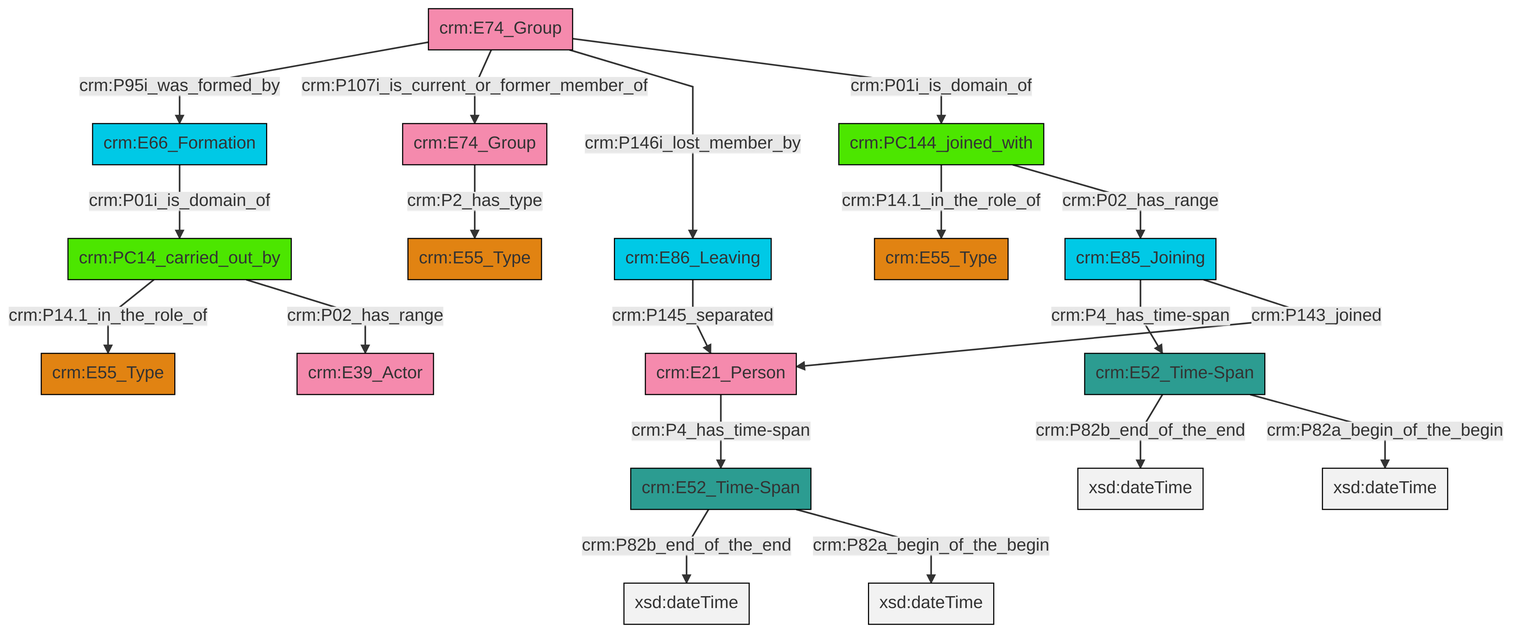
swiss-art-research-net/reference-data-models keeps this Mermaid diagram as et/groupCSV/ttl/mmd/png/group_actor_relations.png. Above is the earlier version. Its source is kept beside it as et/groupCSV/ttl/mmd/group_actor_relations.ttl.mmd.
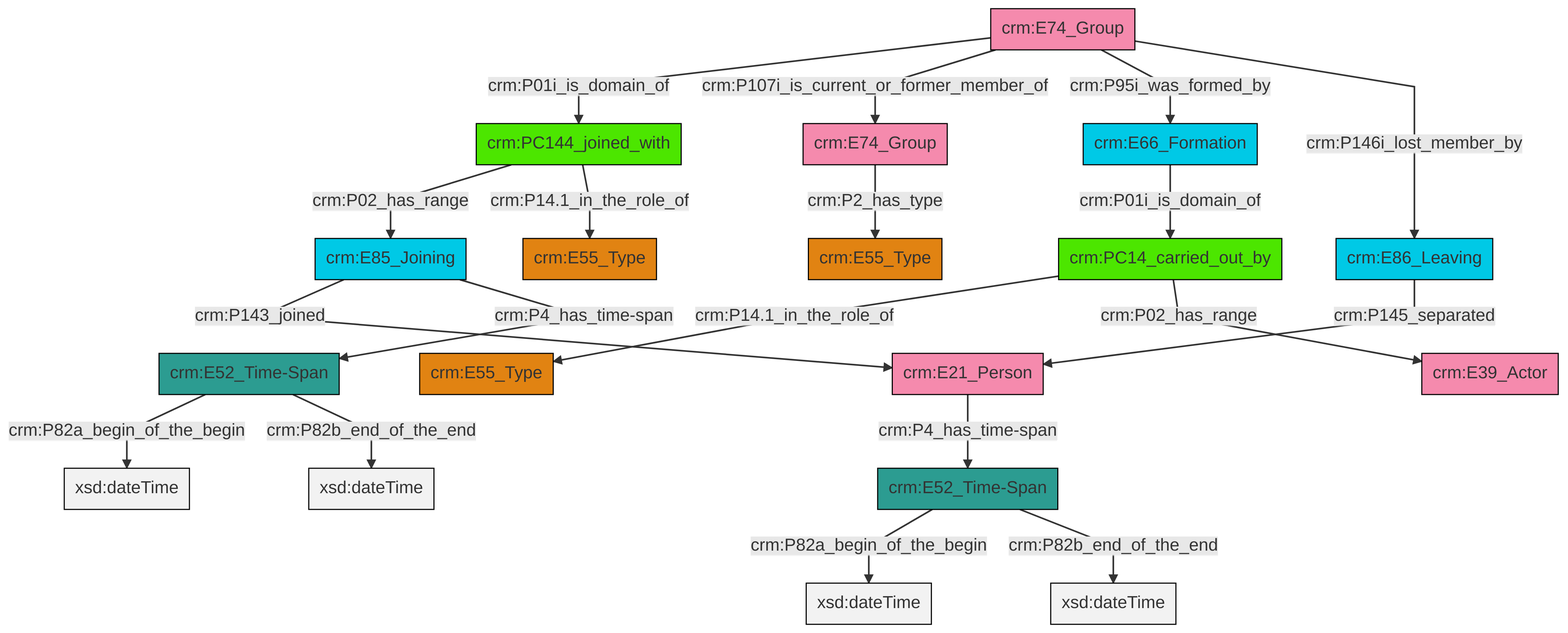
Later version of the same file.

Change to the diagram source:
```diff
@@ -13,21 +13,21 @@
 classDef PC_Classes fill:#4ce600, stroke:#000000;
 classDef Multi fill:#cccccc,stroke:#000000;
 
-2["crm:E66_Formation"]:::Temporal_Entity -->|crm:P01i_is_domain_of| 3["crm:PC14_carried_out_by"]:::PC_Classes
-6["crm:E21_Person"]:::Actor -->|crm:P4_has_time-span| 7["crm:E52_Time-Span"]:::Time-Span
-3["crm:PC14_carried_out_by"]:::PC_Classes -->|crm:P14.1_in_the_role_of| 8["crm:E55_Type"]:::Type
-7["crm:E52_Time-Span"]:::Time-Span -->|crm:P82b_end_of_the_end| 11[xsd:dateTime]:::Literal
-15["crm:E74_Group"]:::Actor -->|crm:P2_has_type| 4["crm:E55_Type"]:::Type
-16["crm:E74_Group"]:::Actor -->|crm:P95i_was_formed_by| 2["crm:E66_Formation"]:::Temporal_Entity
-3["crm:PC14_carried_out_by"]:::PC_Classes -->|crm:P02_has_range| 17["crm:E39_Actor"]:::Actor
-18["crm:E85_Joining"]:::Temporal_Entity -->|crm:P4_has_time-span| 13["crm:E52_Time-Span"]:::Time-Span
-13["crm:E52_Time-Span"]:::Time-Span -->|crm:P82b_end_of_the_end| 20[xsd:dateTime]:::Literal
-7["crm:E52_Time-Span"]:::Time-Span -->|crm:P82a_begin_of_the_begin| 21[xsd:dateTime]:::Literal
-23["crm:E86_Leaving"]:::Temporal_Entity -->|crm:P145_separated| 6["crm:E21_Person"]:::Actor
-16["crm:E74_Group"]:::Actor -->|crm:P107i_is_current_or_former_member_of| 15["crm:E74_Group"]:::Actor
-18["crm:E85_Joining"]:::Temporal_Entity -->|crm:P143_joined| 6["crm:E21_Person"]:::Actor
-16["crm:E74_Group"]:::Actor -->|crm:P146i_lost_member_by| 23["crm:E86_Leaving"]:::Temporal_Entity
-16["crm:E74_Group"]:::Actor -->|crm:P01i_is_domain_of| 26["crm:PC144_joined_with"]:::PC_Classes
-26["crm:PC144_joined_with"]:::PC_Classes -->|crm:P14.1_in_the_role_of| 0["crm:E55_Type"]:::Type
-26["crm:PC144_joined_with"]:::PC_Classes -->|crm:P02_has_range| 18["crm:E85_Joining"]:::Temporal_Entity
-13["crm:E52_Time-Span"]:::Time-Span -->|crm:P82a_begin_of_the_begin| 34[xsd:dateTime]:::Literal
+0["crm:PC14_carried_out_by"]:::PC_Classes -->|crm:P14.1_in_the_role_of| 1["crm:E55_Type"]:::Type
+2["crm:E66_Formation"]:::Temporal_Entity -->|crm:P01i_is_domain_of| 0["crm:PC14_carried_out_by"]:::PC_Classes
+6["crm:E52_Time-Span"]:::Time-Span -->|crm:P82a_begin_of_the_begin| 7[xsd:dateTime]:::Literal
+12["crm:E74_Group"]:::Actor -->|crm:P2_has_type| 13["crm:E55_Type"]:::Type
+15["crm:PC144_joined_with"]:::PC_Classes -->|crm:P02_has_range| 3["crm:E85_Joining"]:::Temporal_Entity
+8["crm:E21_Person"]:::Actor -->|crm:P4_has_time-span| 16["crm:E52_Time-Span"]:::Time-Span
+19["crm:E74_Group"]:::Actor -->|crm:P01i_is_domain_of| 15["crm:PC144_joined_with"]:::PC_Classes
+19["crm:E74_Group"]:::Actor -->|crm:P107i_is_current_or_former_member_of| 12["crm:E74_Group"]:::Actor
+6["crm:E52_Time-Span"]:::Time-Span -->|crm:P82b_end_of_the_end| 28[xsd:dateTime]:::Literal
+0["crm:PC14_carried_out_by"]:::PC_Classes -->|crm:P02_has_range| 10["crm:E39_Actor"]:::Actor
+16["crm:E52_Time-Span"]:::Time-Span -->|crm:P82a_begin_of_the_begin| 29[xsd:dateTime]:::Literal
+30["crm:E86_Leaving"]:::Temporal_Entity -->|crm:P145_separated| 8["crm:E21_Person"]:::Actor
+19["crm:E74_Group"]:::Actor -->|crm:P95i_was_formed_by| 2["crm:E66_Formation"]:::Temporal_Entity
+3["crm:E85_Joining"]:::Temporal_Entity -->|crm:P143_joined| 8["crm:E21_Person"]:::Actor
+16["crm:E52_Time-Span"]:::Time-Span -->|crm:P82b_end_of_the_end| 33[xsd:dateTime]:::Literal
+19["crm:E74_Group"]:::Actor -->|crm:P146i_lost_member_by| 30["crm:E86_Leaving"]:::Temporal_Entity
+3["crm:E85_Joining"]:::Temporal_Entity -->|crm:P4_has_time-span| 6["crm:E52_Time-Span"]:::Time-Span
+15["crm:PC144_joined_with"]:::PC_Classes -->|crm:P14.1_in_the_role_of| 20["crm:E55_Type"]:::Type
```
